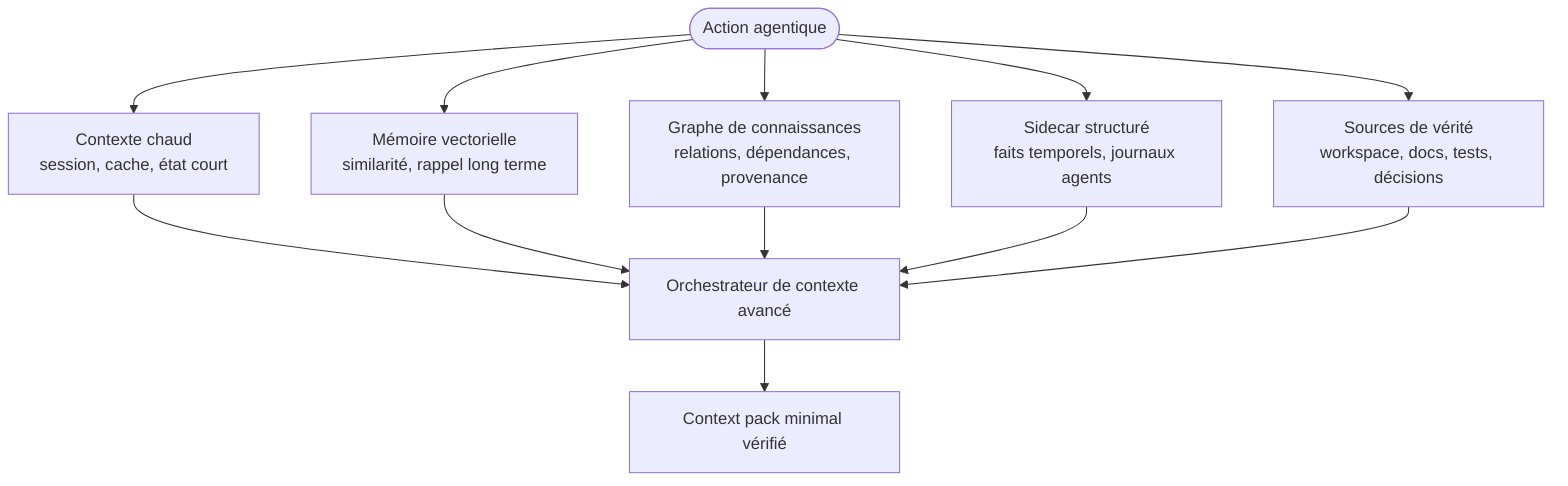
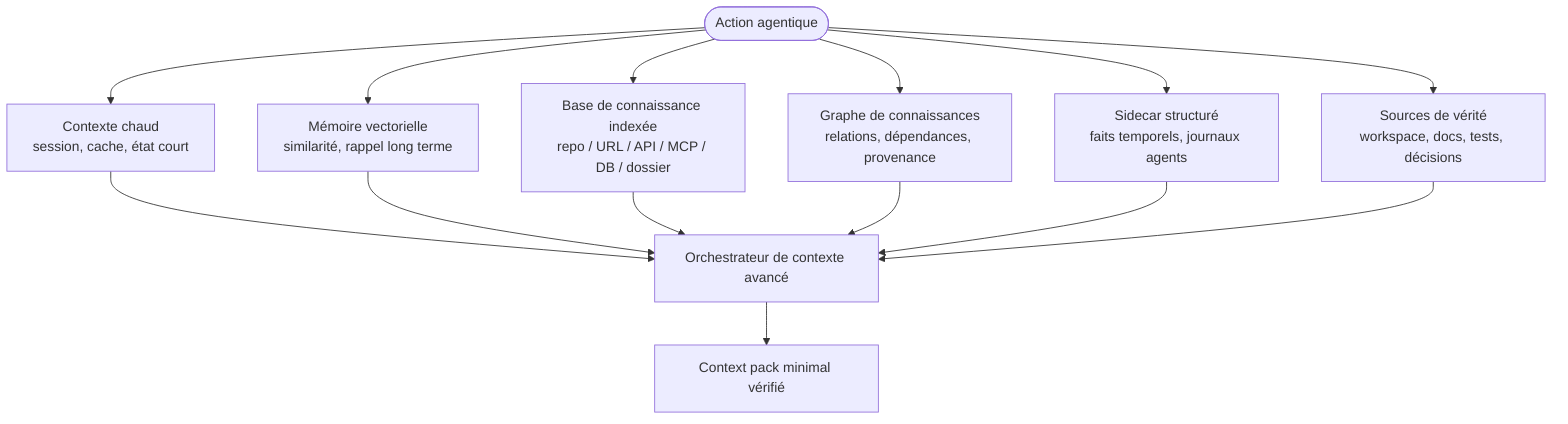
flowchart TD
    A([Action agentique]) --> B["Contexte chaud<br/>session, cache, état court"]
    A --> C["Mémoire vectorielle<br/>similarité, rappel long terme"]
+     A --> C2["Base de connaissance indexée<br/>repo / URL / API / MCP / DB / dossier"]
    A --> D["Graphe de connaissances<br/>relations, dépendances, provenance"]
    A --> E["Sidecar structuré<br/>faits temporels, journaux agents"]
    A --> F["Sources de vérité<br/>workspace, docs, tests, décisions"]
    B --> G["Orchestrateur de contexte avancé"]
    C --> G
+     C2 --> G
    D --> G
    E --> G
    F --> G
    G --> H["Context pack minimal vérifié"]
